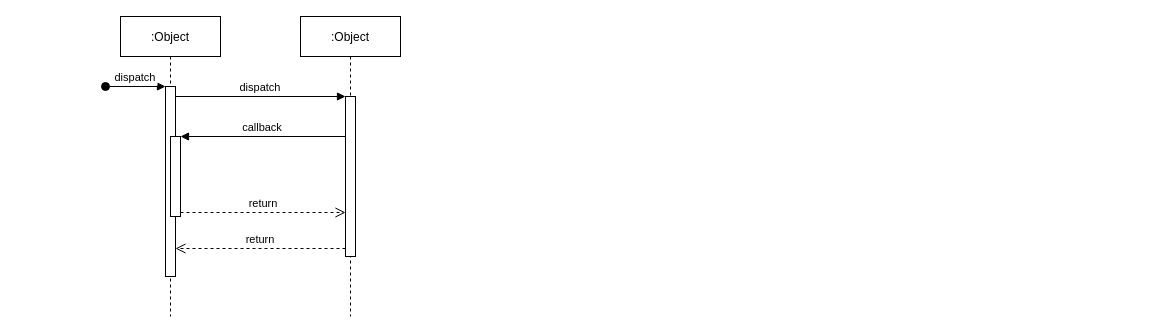
Before: Untitled Diagram.drawio in monica13477/hwms, a draw.io diagram. Source tidied: cells renumbered, new cells numbered last; positions are measured from the earlier drawing's top-left corner, leaving out a move shared by most shapes. Both pictures are drawn from the tidied source at 100%, with x=0, y=0 at pixel (105, 16).
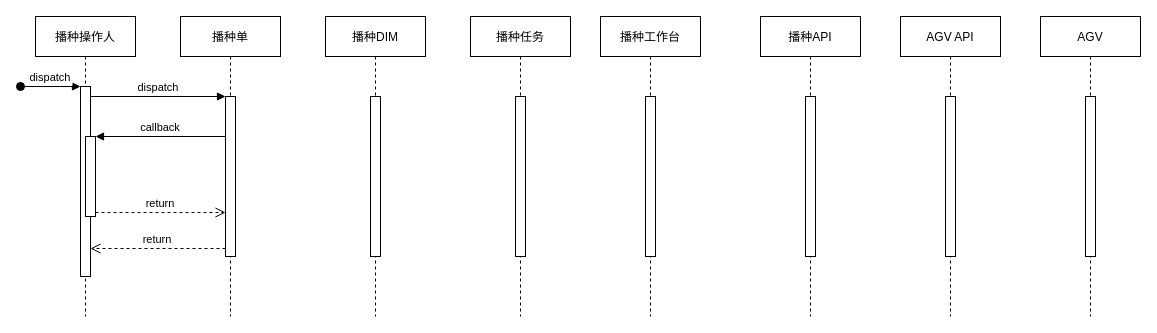
Above is the later version.

What changed in the source:
```diff
@@
-    <mxCell id="2" value=":Object" style="shape=umlLifeline;perimeter=lifelinePerimeter;rounded=0;shadow=0;strokeWidth=1;" parent="1" vertex="1">
-      <mxGeometry x="15" width="100" height="300" as="geometry" />
+    <mxCell id="2" value="播种操作人" style="shape=umlLifeline;perimeter=lifelinePerimeter;rounded=0;shadow=0;strokeWidth=1;" parent="1" vertex="1">
+      <mxGeometry x="-70" width="100" height="300" as="geometry" />
     </mxCell>
@@
-    <mxCell id="6" value=":Object" style="shape=umlLifeline;perimeter=lifelinePerimeter;rounded=0;shadow=0;strokeWidth=1;" parent="1" vertex="1">
-      <mxGeometry x="195" width="100" height="300" as="geometry" />
+    <mxCell id="6" value="播种单" style="shape=umlLifeline;perimeter=lifelinePerimeter;rounded=0;shadow=0;strokeWidth=1;" parent="1" vertex="1">
+      <mxGeometry x="75" width="100" height="300" as="geometry" />
     </mxCell>
@@
+    <mxCell id="12" value="播种DIM" style="shape=umlLifeline;perimeter=lifelinePerimeter;rounded=0;shadow=0;strokeWidth=1;" parent="1" vertex="1">
+      <mxGeometry x="220" width="100" height="300" as="geometry" />
+    </mxCell>
+    <mxCell id="13" style="perimeter=orthogonalPerimeter;rounded=0;shadow=0;strokeWidth=1;" parent="12" vertex="1">
+      <mxGeometry x="45" y="80" width="10" height="160" as="geometry" />
+    </mxCell>
+    <mxCell id="14" value="播种任务" style="shape=umlLifeline;perimeter=lifelinePerimeter;rounded=0;shadow=0;strokeWidth=1;" parent="1" vertex="1">
+      <mxGeometry x="365" width="100" height="300" as="geometry" />
+    </mxCell>
+    <mxCell id="15" style="perimeter=orthogonalPerimeter;rounded=0;shadow=0;strokeWidth=1;" parent="14" vertex="1">
+      <mxGeometry x="45" y="80" width="10" height="160" as="geometry" />
+    </mxCell>
+    <mxCell id="16" value="播种工作台" style="shape=umlLifeline;perimeter=lifelinePerimeter;rounded=0;shadow=0;strokeWidth=1;" parent="1" vertex="1">
+      <mxGeometry x="495" width="100" height="300" as="geometry" />
+    </mxCell>
+    <mxCell id="17" style="perimeter=orthogonalPerimeter;rounded=0;shadow=0;strokeWidth=1;" parent="16" vertex="1">
+      <mxGeometry x="45" y="80" width="10" height="160" as="geometry" />
+    </mxCell>
+    <mxCell id="18" value="播种API" style="shape=umlLifeline;perimeter=lifelinePerimeter;rounded=0;shadow=0;strokeWidth=1;" parent="1" vertex="1">
+      <mxGeometry x="655" width="100" height="300" as="geometry" />
+    </mxCell>
+    <mxCell id="19" style="perimeter=orthogonalPerimeter;rounded=0;shadow=0;strokeWidth=1;" parent="18" vertex="1">
+      <mxGeometry x="45" y="80" width="10" height="160" as="geometry" />
+    </mxCell>
+    <mxCell id="20" value="AGV API" style="shape=umlLifeline;perimeter=lifelinePerimeter;rounded=0;shadow=0;strokeWidth=1;" parent="1" vertex="1">
+      <mxGeometry x="795" width="100" height="300" as="geometry" />
+    </mxCell>
+    <mxCell id="21" style="perimeter=orthogonalPerimeter;rounded=0;shadow=0;strokeWidth=1;" parent="20" vertex="1">
+      <mxGeometry x="45" y="80" width="10" height="160" as="geometry" />
+    </mxCell>
+    <mxCell id="22" value="AGV" style="shape=umlLifeline;perimeter=lifelinePerimeter;rounded=0;shadow=0;strokeWidth=1;" parent="1" vertex="1">
+      <mxGeometry x="935" width="100" height="300" as="geometry" />
+    </mxCell>
+    <mxCell id="23" style="perimeter=orthogonalPerimeter;rounded=0;shadow=0;strokeWidth=1;" parent="22" vertex="1">
+      <mxGeometry x="45" y="80" width="10" height="160" as="geometry" />
+    </mxCell>
```
